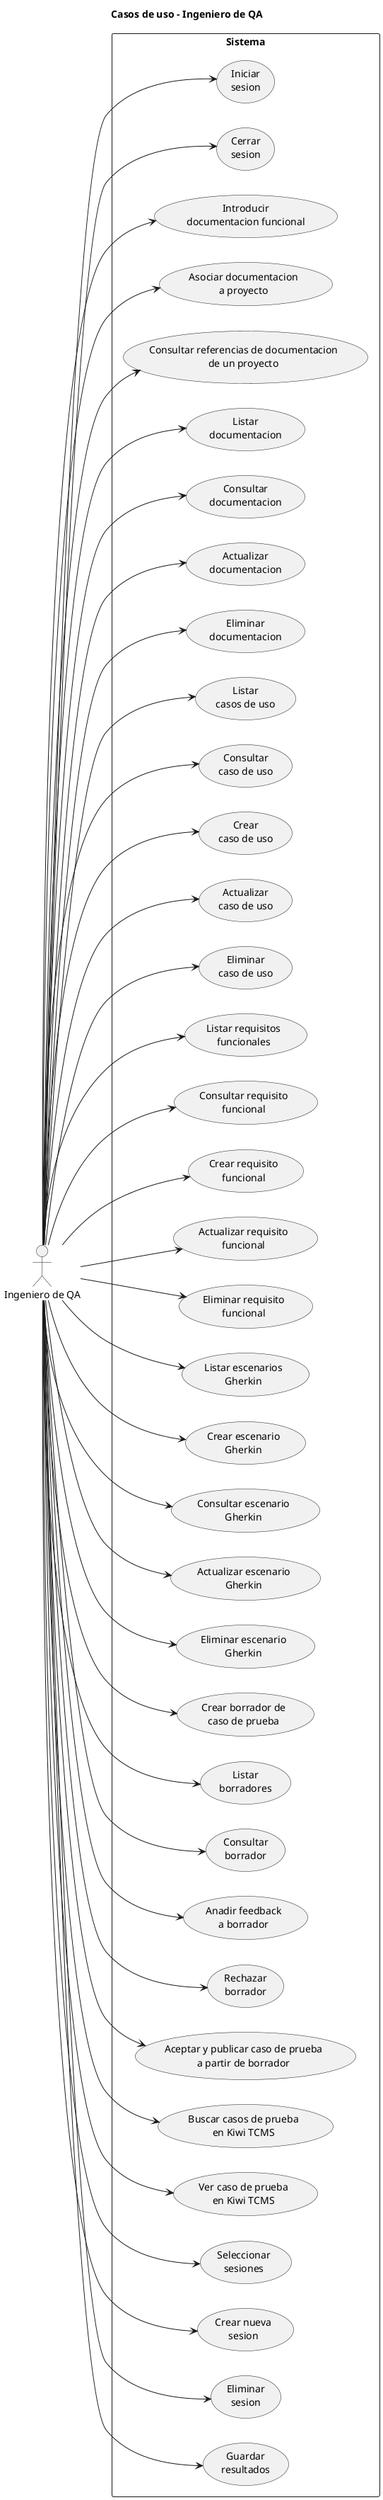
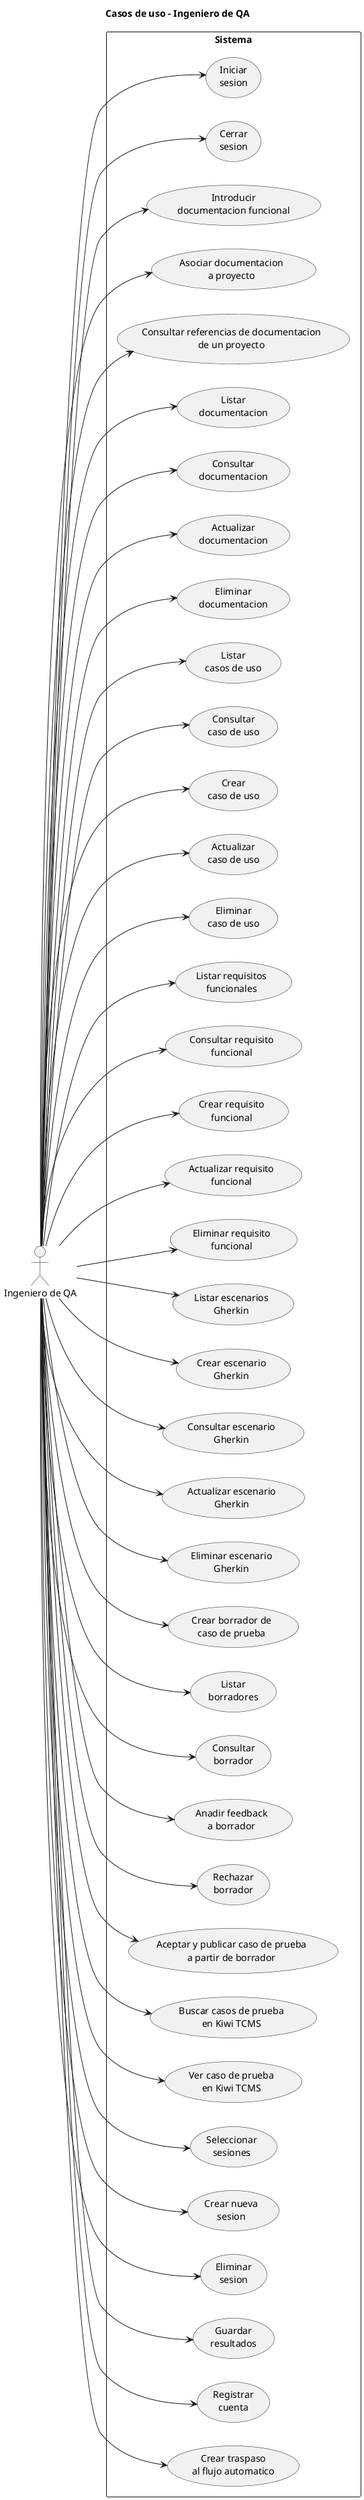
@startuml
left to right direction
title Casos de uso - Ingeniero de QA

actor "Ingeniero de QA" as QA

rectangle "Sistema" {
  usecase "Iniciar\nsesion" as CU01
  usecase "Cerrar\nsesion" as CU02

  usecase "Introducir\ndocumentacion funcional" as CU03
  usecase "Asociar documentacion\na proyecto" as CU04
  usecase "Consultar referencias de documentacion\nde un proyecto" as CU05
  usecase "Listar\ndocumentacion" as CU06
  usecase "Consultar\ndocumentacion" as CU07
  usecase "Actualizar\ndocumentacion" as CU08
  usecase "Eliminar\ndocumentacion" as CU09

  usecase "Listar\ncasos de uso" as CU10
  usecase "Consultar\ncaso de uso" as CU11
  usecase "Crear\ncaso de uso" as CU12
  usecase "Actualizar\ncaso de uso" as CU13
  usecase "Eliminar\ncaso de uso" as CU14

  usecase "Listar requisitos\nfuncionales" as CU15
  usecase "Consultar requisito\nfuncional" as CU16
  usecase "Crear requisito\nfuncional" as CU17
  usecase "Actualizar requisito\nfuncional" as CU18
  usecase "Eliminar requisito\nfuncional" as CU19

  usecase "Listar escenarios\nGherkin" as CU20
  usecase "Crear escenario\nGherkin" as CU21
  usecase "Consultar escenario\nGherkin" as CU22
  usecase "Actualizar escenario\nGherkin" as CU23
  usecase "Eliminar escenario\nGherkin" as CU24

  usecase "Crear borrador de\ncaso de prueba" as CU25
  usecase "Listar\nborradores" as CU26
  usecase "Consultar\nborrador" as CU27
  usecase "Anadir feedback\na borrador" as CU28
  usecase "Rechazar\nborrador" as CU29
  usecase "Aceptar y publicar caso de prueba\na partir de borrador" as CU30

  usecase "Buscar casos de prueba\nen Kiwi TCMS" as CU31
  usecase "Ver caso de prueba\nen Kiwi TCMS" as CU32
  usecase "Seleccionar\nsesiones" as CU33
  usecase "Crear nueva\nsesion" as CU34
  usecase "Eliminar\nsesion" as CU35
  usecase "Guardar\nresultados" as CU36
+   usecase "Registrar\ncuenta" as CU38
+   usecase "Crear traspaso\nal flujo automatico" as CU39
}

QA --> CU01
QA --> CU02
QA --> CU03
QA --> CU04
QA --> CU05
QA --> CU06
QA --> CU07
QA --> CU08
QA --> CU09
QA --> CU10
QA --> CU11
QA --> CU12
QA --> CU13
QA --> CU14
QA --> CU15
QA --> CU16
QA --> CU17
QA --> CU18
QA --> CU19
QA --> CU20
QA --> CU21
QA --> CU22
QA --> CU23
QA --> CU24
QA --> CU25
QA --> CU26
QA --> CU27
QA --> CU28
QA --> CU29
QA --> CU30
QA --> CU31
QA --> CU32
QA --> CU33
QA --> CU34
QA --> CU35
QA --> CU36
+ QA --> CU38
+ QA --> CU39
@enduml
